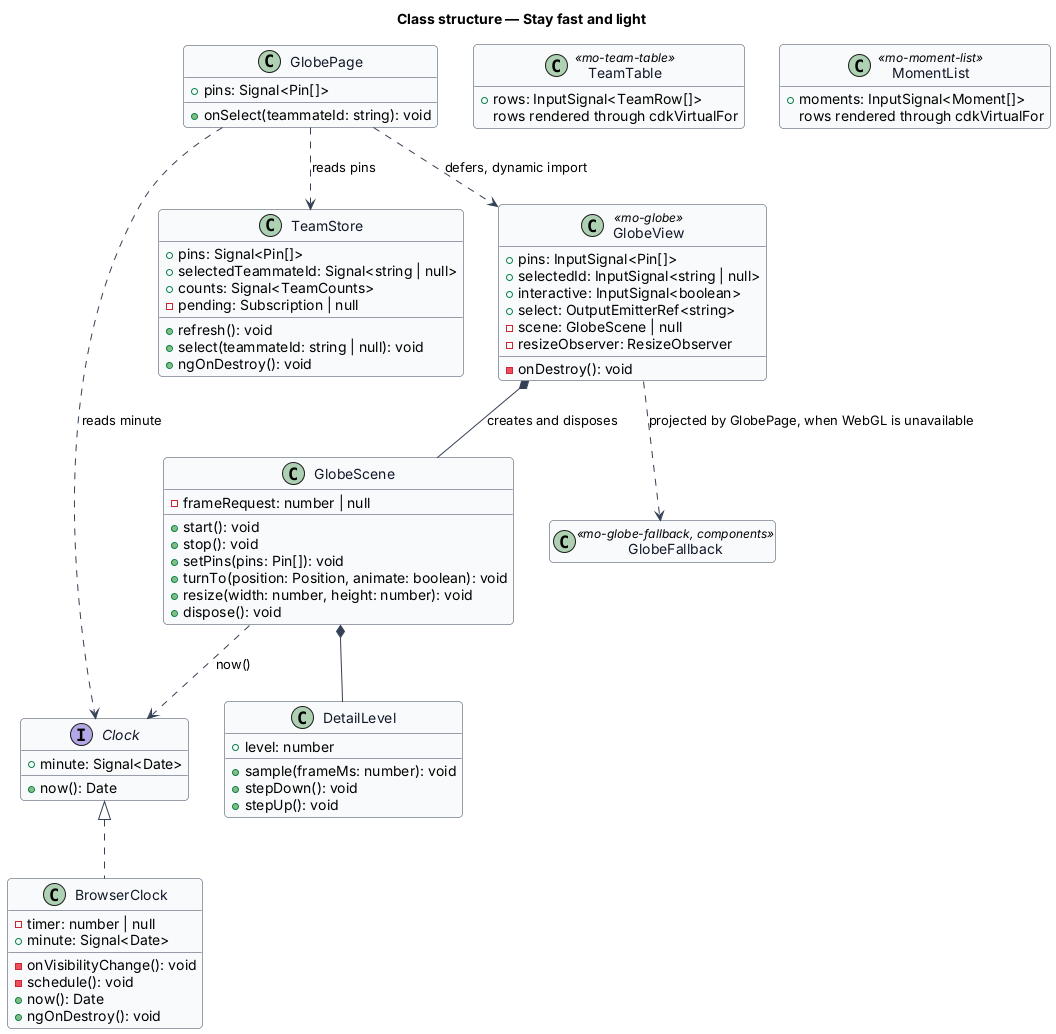
Earlier version of the PlantUML export docs/detailed-designs/platform/stay-fast-and-light/diagrams/class-structure.png (QuinntyneBrown/Mondino). Its source is kept beside it as docs/detailed-designs/platform/stay-fast-and-light/diagrams/class-structure.puml.
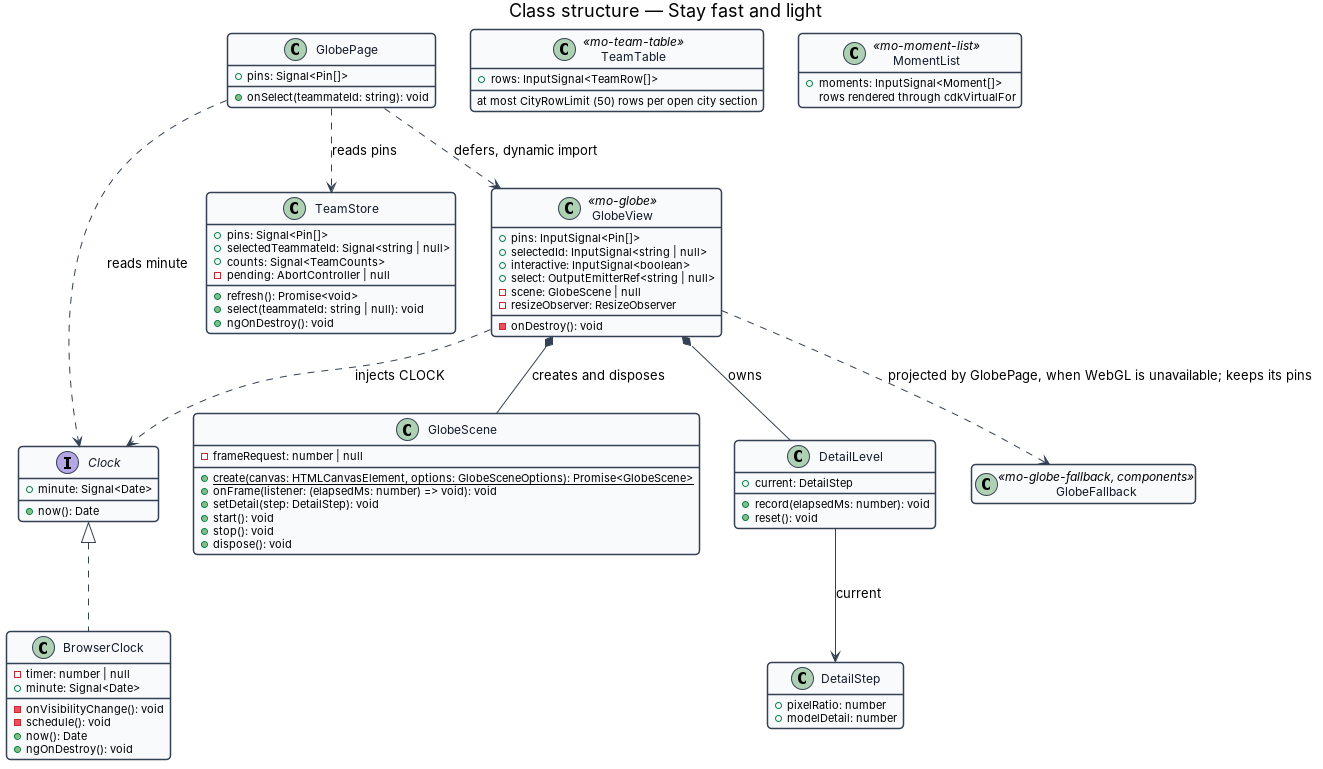
Later version of the same file.

The edit, as a diff of the source:
```diff
@@ -77,7 +77,7 @@
 
 class TeamTable <<mo-team-table>> {
   +rows: InputSignal<TeamRow[]>
-  rows rendered through cdkVirtualFor
+  at most CityRowLimit (50) rows per open city section
 }
 
 class MomentList <<mo-moment-list>> {
@@ -90,7 +90,7 @@
 GlobePage ..> Clock : reads minute
 GlobePage ..> GlobeView : defers, dynamic import
 GlobeView *-- GlobeScene : creates and disposes
-GlobeView ..> GlobeFallback : projected by GlobePage, when WebGL is unavailable
+GlobeView ..> GlobeFallback : projected by GlobePage, when WebGL is unavailable; keeps its pins
 GlobeView *-- DetailLevel : owns
 GlobeView ..> Clock : injects CLOCK
 DetailLevel --> DetailStep : current
```
